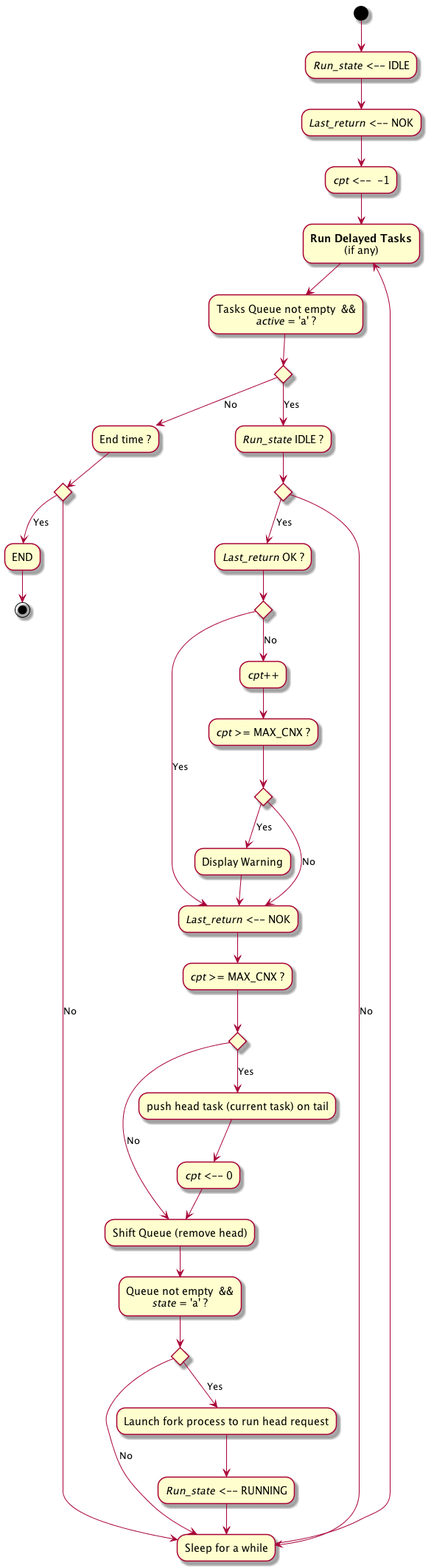
Above: doc/UML/Algo_run_tasks_queue.png in tof25/DST (PlantUML), before the change.
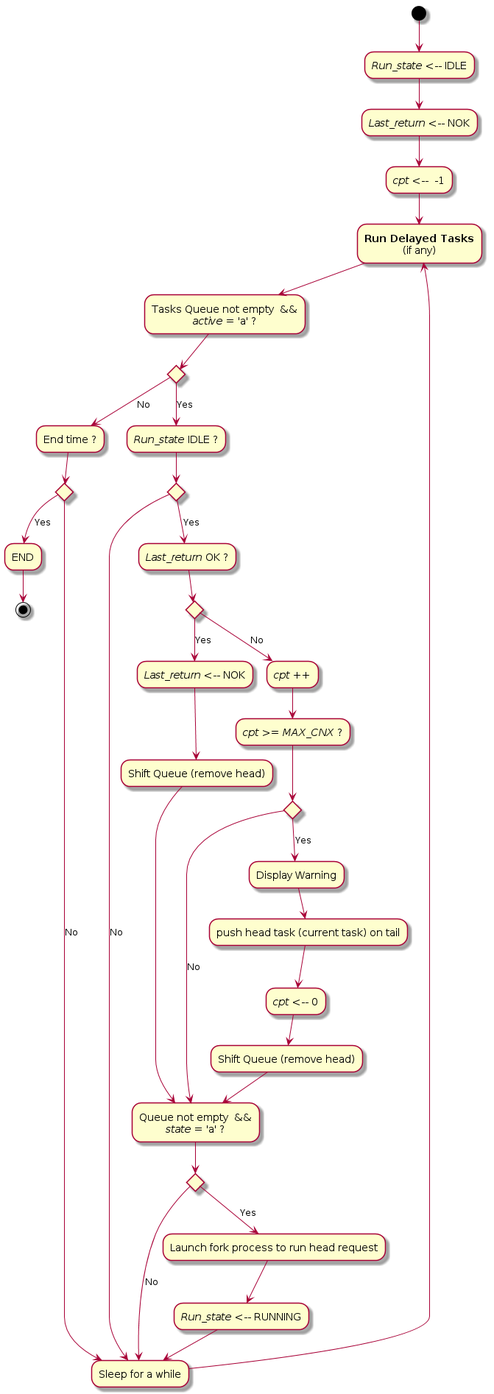
After the change.

Diff of the diagram source:
```diff
@@ -21,32 +21,28 @@
     if "" then
         -->[Yes] "<i>Last_return</i> OK ?"
         if "" then
-            -->[Yes] "<i>Last_return</i> <-- NOK" as run2
-            --> "<i>cpt</i> >= MAX_CNX ?" as cond1
-            if "" then
-                -->[No] "Shift Queue (remove head)" as sq1
-            else
-                -->[Yes] push head task (current task) on tail
-                --> "<i>cpt</i> <-- 0"
-                --> sq1
-            endif
+            -->[Yes] "<i>Last_return</i> <-- NOK"
+            --> "Shift Queue (remove head)" as q3
             --> "Queue not empty  &&\n<i>state</i> = 'a' ?" as q2
-            if "" then
-                -->[No] s1
-            else
-                -->[Yes] "Launch fork process to run head request"
-                --> "<i>Run_state</i> <-- RUNNING" as run1
-                --> s1
-            endif
         else
-            -->[No] "<i>cpt</i>++"
-            --> "<i>cpt</i> >= MAX_CNX ?" as cond2
+            -->[No] "<i>cpt</i> ++"
+            --> "<i>cpt</i> >= <i>MAX_CNX</i> ?"
             if "" then
                 -->[Yes] "Display Warning"
-                --> run2
+                --> push head task (current task) on tail
+                --> "<i>cpt</i> <-- 0"
+                --> "Shift Queue (remove head)" as q4
+                --> q2
             else
-                -->[No] run2
+                -->[No] q2
             endif
+        endif
+        if "" then
+            -->[No] s1
+        else
+            -->[Yes] "Launch fork process to run head request"
+            --> "<i>Run_state</i> <-- RUNNING" as run1
+            --> s1
         endif
     else
         -->[No] s1
```
